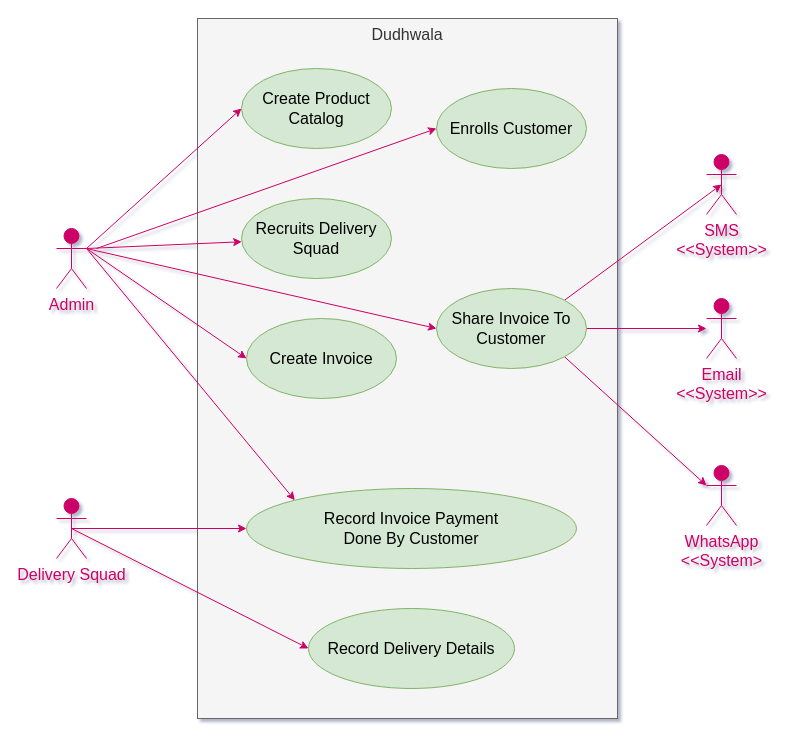
Earlier version of the draw.io diagram docs/diagram/context_view.drawio (dudhwalas/dudhwala). Source tidied: cells renumbered, new cells numbered last; positions are measured from the earlier drawing's top-left corner, leaving out a move shared by most shapes. Both pictures are drawn from the tidied source at 100%, with x=0, y=0 at pixel (56, 18).
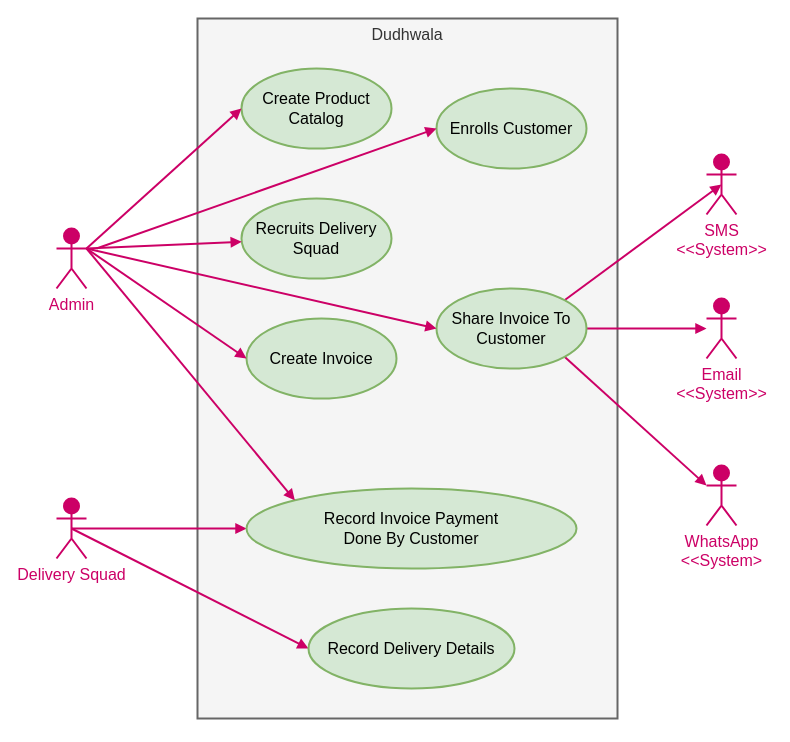
The same diagram, later.

Commit message (it also covers changes not shown here):
Added product service domain model

Change to the diagram source:
```diff
@@
-<mxGraphModel shadow="1">
+<mxGraphModel>
@@
-    <mxCell id="2" value="Admin" style="shape=umlActor;verticalLabelPosition=bottom;verticalAlign=top;html=1;outlineConnect=0;shadow=0;fillColor=#CC0066;strokeColor=#CC0066;fontSize=16;fontColor=#CC0066;" parent="1" vertex="1">
+    <mxCell id="2" value="Admin" style="shape=umlActor;verticalLabelPosition=bottom;verticalAlign=top;html=1;outlineConnect=0;shadow=0;fillColor=#CC0066;strokeColor=#CC0066;fontSize=16;fontColor=#CC0066;strokeWidth=2;" parent="1" vertex="1">
       <mxGeometry y="210" width="30" height="60" as="geometry" />
     </mxCell>
-    <mxCell id="3" value="Dudhwala" style="rounded=0;whiteSpace=wrap;html=1;shadow=0;fontSize=16;fillColor=#f5f5f5;strokeColor=#666666;verticalAlign=top;fontColor=#333333;" parent="1" vertex="1">
+    <mxCell id="3" value="Dudhwala" style="rounded=0;whiteSpace=wrap;html=1;shadow=0;fontSize=16;fillColor=#f5f5f5;strokeColor=#666666;verticalAlign=top;fontColor=#333333;strokeWidth=2;" parent="1" vertex="1">
       <mxGeometry x="141" width="420" height="700" as="geometry" />
     </mxCell>
-    <mxCell id="4" value="Create Product Catalog" style="ellipse;whiteSpace=wrap;html=1;shadow=0;fontSize=16;fillColor=#d5e8d4;strokeColor=#82b366;" parent="1" vertex="1">
+    <mxCell id="4" value="Create Product Catalog" style="ellipse;whiteSpace=wrap;html=1;shadow=0;fontSize=16;fillColor=#d5e8d4;strokeColor=#82b366;strokeWidth=2;" parent="1" vertex="1">
       <mxGeometry x="185" y="50" width="150" height="80" as="geometry" />
     </mxCell>
-    <mxCell id="5" style="edgeStyle=none;html=1;exitX=1;exitY=0.3333333333333333;exitDx=0;exitDy=0;exitPerimeter=0;fontSize=16;entryX=0;entryY=0.5;entryDx=0;entryDy=0;strokeColor=#CC0066;" parent="1" edge="1" source="2" target="4">
+    <mxCell id="5" style="edgeStyle=none;html=1;exitX=1;exitY=0.3333333333333333;exitDx=0;exitDy=0;exitPerimeter=0;fontSize=16;entryX=0;entryY=0.5;entryDx=0;entryDy=0;strokeColor=#CC0066;endArrow=block;endFill=1;strokeWidth=2;" parent="1" edge="1" source="2" target="4">
       <mxGeometry relative="1" as="geometry" />
     </mxCell>
-    <mxCell id="6" value="Enrolls Customer" style="ellipse;whiteSpace=wrap;html=1;shadow=0;fontSize=16;fillColor=#d5e8d4;strokeColor=#82b366;" parent="1" vertex="1">
+    <mxCell id="6" value="Enrolls Customer" style="ellipse;whiteSpace=wrap;html=1;shadow=0;fontSize=16;fillColor=#d5e8d4;strokeColor=#82b366;strokeWidth=2;" parent="1" vertex="1">
       <mxGeometry x="380" y="70" width="150" height="80" as="geometry" />
     </mxCell>
-    <mxCell id="7" value="Recruits Delivery Squad" style="ellipse;whiteSpace=wrap;html=1;shadow=0;fontSize=16;fillColor=#d5e8d4;strokeColor=#82b366;" parent="1" vertex="1">
+    <mxCell id="7" value="Recruits Delivery Squad" style="ellipse;whiteSpace=wrap;html=1;shadow=0;fontSize=16;fillColor=#d5e8d4;strokeColor=#82b366;strokeWidth=2;" parent="1" vertex="1">
       <mxGeometry x="185" y="180" width="150" height="80" as="geometry" />
     </mxCell>
-    <mxCell id="8" value="Create Invoice" style="ellipse;whiteSpace=wrap;html=1;shadow=0;fontSize=16;fillColor=#d5e8d4;strokeColor=#82b366;" parent="1" vertex="1">
+    <mxCell id="8" value="Create Invoice" style="ellipse;whiteSpace=wrap;html=1;shadow=0;fontSize=16;fillColor=#d5e8d4;strokeColor=#82b366;strokeWidth=2;" parent="1" vertex="1">
       <mxGeometry x="190" y="300" width="150" height="80" as="geometry" />
     </mxCell>
-    <mxCell id="9" style="edgeStyle=none;html=1;entryX=0;entryY=0.5;entryDx=0;entryDy=0;fontSize=16;fillColor=#f8cecc;strokeColor=#CC0066;" parent="1" edge="1" target="6">
+    <mxCell id="9" style="edgeStyle=none;html=1;entryX=0;entryY=0.5;entryDx=0;entryDy=0;fontSize=16;fillColor=#f8cecc;strokeColor=#CC0066;endArrow=block;endFill=1;strokeWidth=2;" parent="1" edge="1" target="6">
       <mxGeometry relative="1" as="geometry">
         <mxPoint x="40" y="230" as="sourcePoint" />
       </mxGeometry>
     </mxCell>
-    <mxCell id="10" style="edgeStyle=none;html=1;exitX=1;exitY=0.3333333333333333;exitDx=0;exitDy=0;exitPerimeter=0;fontSize=16;strokeColor=#CC0066;" parent="1" edge="1" source="2" target="7">
+    <mxCell id="10" style="edgeStyle=none;html=1;exitX=1;exitY=0.3333333333333333;exitDx=0;exitDy=0;exitPerimeter=0;fontSize=16;strokeColor=#CC0066;endArrow=block;endFill=1;strokeWidth=2;" parent="1" edge="1" source="2" target="7">
       <mxGeometry relative="1" as="geometry" />
     </mxCell>
-    <mxCell id="11" style="edgeStyle=none;html=1;exitX=1;exitY=0.3333333333333333;exitDx=0;exitDy=0;exitPerimeter=0;entryX=0;entryY=0.5;entryDx=0;entryDy=0;fontSize=16;strokeColor=#CC0066;" parent="1" edge="1" source="2" target="8">
+    <mxCell id="11" style="edgeStyle=none;html=1;exitX=1;exitY=0.3333333333333333;exitDx=0;exitDy=0;exitPerimeter=0;entryX=0;entryY=0.5;entryDx=0;entryDy=0;fontSize=16;strokeColor=#CC0066;endArrow=block;endFill=1;strokeWidth=2;" parent="1" edge="1" source="2" target="8">
       <mxGeometry relative="1" as="geometry" />
     </mxCell>
-    <mxCell id="12" style="edgeStyle=none;html=1;exitX=0.5;exitY=0.5;exitDx=0;exitDy=0;exitPerimeter=0;fontSize=16;entryX=0;entryY=0.5;entryDx=0;entryDy=0;strokeColor=#CC0066;" parent="1" edge="1" source="14" target="15">
+    <mxCell id="12" style="edgeStyle=none;html=1;exitX=0.5;exitY=0.5;exitDx=0;exitDy=0;exitPerimeter=0;fontSize=16;entryX=0;entryY=0.5;entryDx=0;entryDy=0;strokeColor=#CC0066;endArrow=block;endFill=1;strokeWidth=2;" parent="1" edge="1" source="14" target="15">
       <mxGeometry relative="1" as="geometry" />
     </mxCell>
-    <mxCell id="13" style="edgeStyle=none;html=1;exitX=0.5;exitY=0.5;exitDx=0;exitDy=0;exitPerimeter=0;entryX=0;entryY=0.5;entryDx=0;entryDy=0;fontSize=16;strokeColor=#CC0066;" parent="1" edge="1" source="14" target="16">
+    <mxCell id="13" style="edgeStyle=none;html=1;exitX=0.5;exitY=0.5;exitDx=0;exitDy=0;exitPerimeter=0;entryX=0;entryY=0.5;entryDx=0;entryDy=0;fontSize=16;strokeColor=#CC0066;endArrow=block;endFill=1;strokeWidth=2;" parent="1" edge="1" source="14" target="16">
       <mxGeometry relative="1" as="geometry" />
     </mxCell>
-    <mxCell id="14" value="Delivery Squad" style="shape=umlActor;verticalLabelPosition=bottom;verticalAlign=top;html=1;outlineConnect=0;shadow=0;fillColor=#CC0066;strokeColor=#CC0066;fontSize=16;fontColor=#CC0066;" parent="1" vertex="1">
+    <mxCell id="14" value="Delivery Squad" style="shape=umlActor;verticalLabelPosition=bottom;verticalAlign=top;html=1;outlineConnect=0;shadow=0;fillColor=#CC0066;strokeColor=#CC0066;fontSize=16;fontColor=#CC0066;strokeWidth=2;" parent="1" vertex="1">
       <mxGeometry y="480" width="30" height="60" as="geometry" />
     </mxCell>
-    <mxCell id="15" value="Record Delivery Details" style="ellipse;whiteSpace=wrap;html=1;shadow=0;fontSize=16;fillColor=#d5e8d4;strokeColor=#82b366;" parent="1" vertex="1">
+    <mxCell id="15" value="Record Delivery Details" style="ellipse;whiteSpace=wrap;html=1;shadow=0;fontSize=16;fillColor=#d5e8d4;strokeColor=#82b366;strokeWidth=2;" parent="1" vertex="1">
       <mxGeometry x="252" y="590" width="206" height="80" as="geometry" />
     </mxCell>
-    <mxCell id="16" value="Record Invoice Payment &lt;br&gt;Done By Customer" style="ellipse;whiteSpace=wrap;html=1;shadow=0;fontSize=16;fillColor=#d5e8d4;strokeColor=#82b366;" parent="1" vertex="1">
+    <mxCell id="16" value="Record Invoice Payment &lt;br&gt;Done By Customer" style="ellipse;whiteSpace=wrap;html=1;shadow=0;fontSize=16;fillColor=#d5e8d4;strokeColor=#82b366;strokeWidth=2;" parent="1" vertex="1">
       <mxGeometry x="190" y="470" width="330" height="80" as="geometry" />
     </mxCell>
-    <mxCell id="17" style="edgeStyle=none;html=1;exitX=1;exitY=0.3333333333333333;exitDx=0;exitDy=0;exitPerimeter=0;entryX=0;entryY=0;entryDx=0;entryDy=0;fontSize=16;strokeColor=#CC0066;" parent="1" edge="1" source="2" target="16">
+    <mxCell id="17" style="edgeStyle=none;html=1;exitX=1;exitY=0.3333333333333333;exitDx=0;exitDy=0;exitPerimeter=0;entryX=0;entryY=0;entryDx=0;entryDy=0;fontSize=16;strokeColor=#CC0066;endArrow=block;endFill=1;strokeWidth=2;" parent="1" edge="1" source="2" target="16">
       <mxGeometry relative="1" as="geometry" />
     </mxCell>
-    <mxCell id="18" style="edgeStyle=none;html=1;exitX=1;exitY=0;exitDx=0;exitDy=0;entryX=0.5;entryY=0.5;entryDx=0;entryDy=0;entryPerimeter=0;fontSize=16;strokeColor=#CC0066;" parent="1" edge="1" source="21" target="23">
+    <mxCell id="18" style="edgeStyle=none;html=1;exitX=1;exitY=0;exitDx=0;exitDy=0;entryX=0.5;entryY=0.5;entryDx=0;entryDy=0;entryPerimeter=0;fontSize=16;strokeColor=#CC0066;endArrow=block;endFill=1;strokeWidth=2;" parent="1" edge="1" source="21" target="23">
       <mxGeometry relative="1" as="geometry" />
     </mxCell>
-    <mxCell id="19" style="edgeStyle=none;html=1;exitX=1;exitY=0.5;exitDx=0;exitDy=0;fontSize=16;strokeColor=#CC0066;" parent="1" edge="1" source="21" target="25">
+    <mxCell id="19" style="edgeStyle=none;html=1;exitX=1;exitY=0.5;exitDx=0;exitDy=0;fontSize=16;strokeColor=#CC0066;endArrow=block;endFill=1;strokeWidth=2;" parent="1" edge="1" source="21" target="25">
       <mxGeometry relative="1" as="geometry" />
     </mxCell>
-    <mxCell id="20" style="edgeStyle=none;html=1;exitX=1;exitY=1;exitDx=0;exitDy=0;entryX=0;entryY=0.3333333333333333;entryDx=0;entryDy=0;entryPerimeter=0;fontSize=16;strokeColor=#CC0066;" parent="1" edge="1" source="21" target="24">
+    <mxCell id="20" style="edgeStyle=none;html=1;exitX=1;exitY=1;exitDx=0;exitDy=0;entryX=0;entryY=0.3333333333333333;entryDx=0;entryDy=0;entryPerimeter=0;fontSize=16;strokeColor=#CC0066;endArrow=block;endFill=1;strokeWidth=2;" parent="1" edge="1" source="21" target="24">
       <mxGeometry relative="1" as="geometry" />
     </mxCell>
-    <mxCell id="21" value="Share Invoice To Customer" style="ellipse;whiteSpace=wrap;html=1;shadow=0;fontSize=16;fillColor=#d5e8d4;strokeColor=#82b366;" parent="1" vertex="1">
+    <mxCell id="21" value="Share Invoice To Customer" style="ellipse;whiteSpace=wrap;html=1;shadow=0;fontSize=16;fillColor=#d5e8d4;strokeColor=#82b366;strokeWidth=2;" parent="1" vertex="1">
       <mxGeometry x="380" y="270" width="150" height="80" as="geometry" />
     </mxCell>
-    <mxCell id="22" style="edgeStyle=none;html=1;exitX=1;exitY=0.3333333333333333;exitDx=0;exitDy=0;exitPerimeter=0;entryX=0;entryY=0.5;entryDx=0;entryDy=0;fontSize=16;strokeColor=#CC0066;" parent="1" edge="1" source="2" target="21">
+    <mxCell id="22" style="edgeStyle=none;html=1;exitX=1;exitY=0.3333333333333333;exitDx=0;exitDy=0;exitPerimeter=0;entryX=0;entryY=0.5;entryDx=0;entryDy=0;fontSize=16;strokeColor=#CC0066;endArrow=block;endFill=1;strokeWidth=2;" parent="1" edge="1" source="2" target="21">
       <mxGeometry relative="1" as="geometry" />
     </mxCell>
-    <mxCell id="23" value="SMS&lt;br&gt;&amp;lt;&amp;lt;System&amp;gt;&amp;gt;" style="shape=umlActor;verticalLabelPosition=bottom;verticalAlign=top;html=1;outlineConnect=0;shadow=0;fillColor=#CC0066;strokeColor=#CC0066;fontSize=16;fontColor=#CC0066;" parent="1" vertex="1">
+    <mxCell id="23" value="SMS&lt;br&gt;&amp;lt;&amp;lt;System&amp;gt;&amp;gt;" style="shape=umlActor;verticalLabelPosition=bottom;verticalAlign=top;html=1;outlineConnect=0;shadow=0;fillColor=#CC0066;strokeColor=#CC0066;fontSize=16;fontColor=#CC0066;strokeWidth=2;" parent="1" vertex="1">
       <mxGeometry x="650" y="136" width="30" height="60" as="geometry" />
     </mxCell>
-    <mxCell id="24" value="WhatsApp&lt;br&gt;&amp;lt;&amp;lt;System&amp;gt;" style="shape=umlActor;verticalLabelPosition=bottom;verticalAlign=top;html=1;outlineConnect=0;shadow=0;fillColor=#CC0066;strokeColor=#CC0066;fontSize=16;fontColor=#CC0066;" parent="1" vertex="1">
+    <mxCell id="24" value="WhatsApp&lt;br&gt;&amp;lt;&amp;lt;System&amp;gt;" style="shape=umlActor;verticalLabelPosition=bottom;verticalAlign=top;html=1;outlineConnect=0;shadow=0;fillColor=#CC0066;strokeColor=#CC0066;fontSize=16;fontColor=#CC0066;strokeWidth=2;" parent="1" vertex="1">
       <mxGeometry x="650" y="447" width="30" height="60" as="geometry" />
     </mxCell>
-    <mxCell id="25" value="Email&lt;br&gt;&amp;lt;&amp;lt;System&amp;gt;&amp;gt;" style="shape=umlActor;verticalLabelPosition=bottom;verticalAlign=top;html=1;outlineConnect=0;shadow=0;fillColor=#CC0066;strokeColor=#CC0066;fontSize=16;fontColor=#CC0066;" parent="1" vertex="1">
+    <mxCell id="25" value="Email&lt;br&gt;&amp;lt;&amp;lt;System&amp;gt;&amp;gt;" style="shape=umlActor;verticalLabelPosition=bottom;verticalAlign=top;html=1;outlineConnect=0;shadow=0;fillColor=#CC0066;strokeColor=#CC0066;fontSize=16;fontColor=#CC0066;strokeWidth=2;" parent="1" vertex="1">
       <mxGeometry x="650" y="280" width="30" height="60" as="geometry" />
     </mxCell>
```
